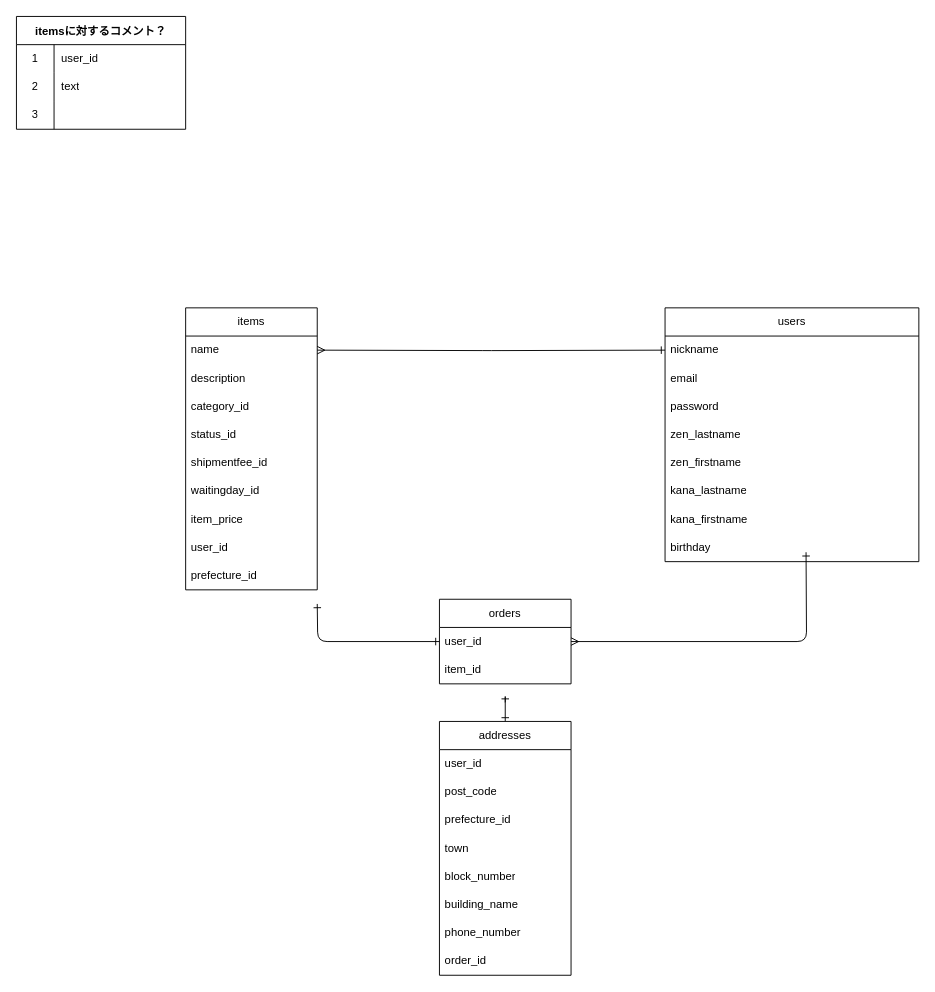
natsumi1651/furima-39606 keeps this draw.io diagram as table.dio. Above is the earlier version. Source tidied: cells renumbered, new cells numbered last; positions are measured from the earlier drawing's top-left corner, leaving out a move shared by most shapes. Both pictures are drawn from the tidied source at 94%, with x=0, y=0 at pixel (16, 16).
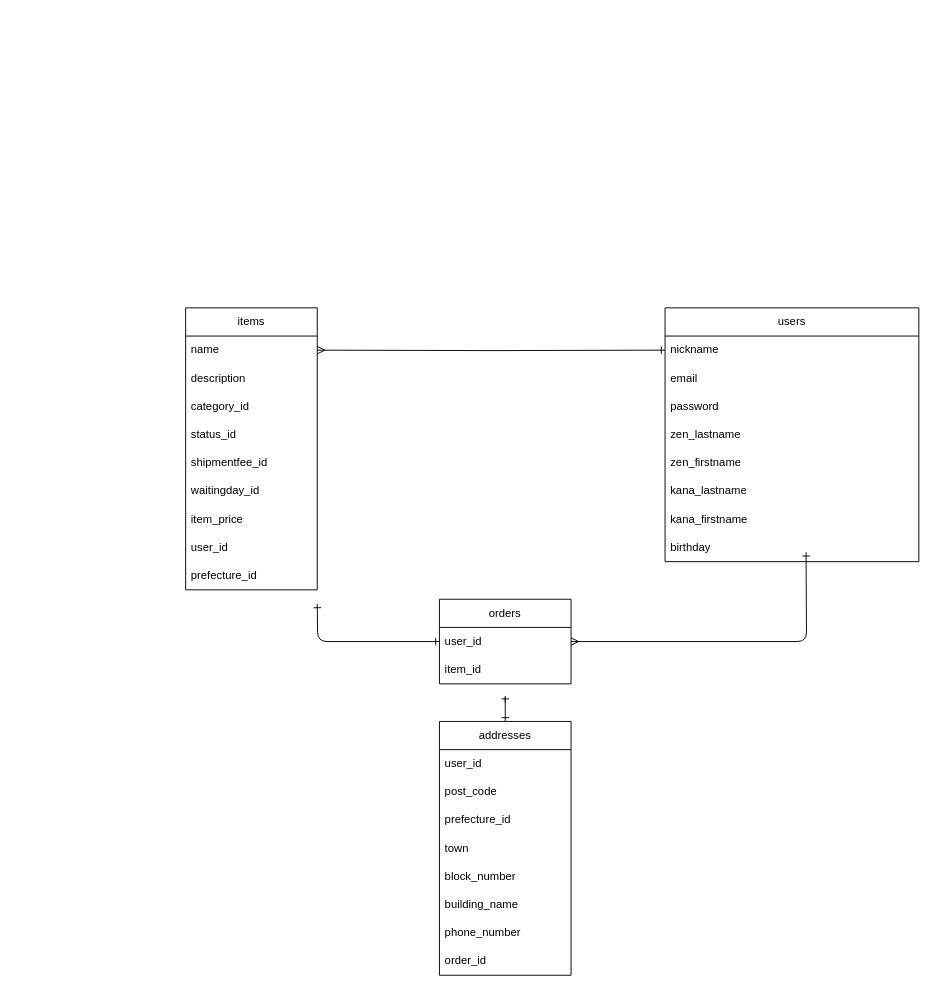
The same diagram, later.

Diff of the diagram source:
```diff
@@
-    <mxCell id="34" value="itemsに対するコメント？" style="shape=table;startSize=30;childLayout=tableLayout;rowLines=0;fontStyle=1;" parent="1" vertex="1">
-      <mxGeometry width="180" height="120" as="geometry" />
-    </mxCell>
-    <mxCell id="35" style="shape=tableRow;horizontal=0;startSize=0;swimlaneHead=0;swimlaneBody=0;top=0;left=0;bottom=0;right=0;fillColor=none;" parent="34" vertex="1">
-      <mxGeometry y="30" width="180" height="30" as="geometry" />
-    </mxCell>
-    <mxCell id="36" value="1" style="shape=partialRectangle;html=1;whiteSpace=wrap;fillColor=none;top=0;left=0;bottom=0;right=0;overflow=hidden;" parent="35" vertex="1">
-      <mxGeometry width="40" height="30" as="geometry" />
-    </mxCell>
-    <mxCell id="37" value="user_id" style="shape=partialRectangle;html=1;whiteSpace=wrap;fillColor=none;top=0;left=0;bottom=0;right=0;align=left;spacingLeft=6;overflow=hidden;" parent="35" vertex="1">
-      <mxGeometry x="40" width="140" height="30" as="geometry" />
-    </mxCell>
-    <mxCell id="38" style="shape=tableRow;horizontal=0;startSize=0;swimlaneHead=0;swimlaneBody=0;top=0;left=0;bottom=0;right=0;fillColor=none;" parent="34" vertex="1">
-      <mxGeometry y="60" width="180" height="30" as="geometry" />
-    </mxCell>
-    <mxCell id="39" value="2" style="shape=partialRectangle;html=1;whiteSpace=wrap;fillColor=none;top=0;left=0;bottom=0;right=0;overflow=hidden;" parent="38" vertex="1">
-      <mxGeometry width="40" height="30" as="geometry" />
-    </mxCell>
-    <mxCell id="40" value="text" style="shape=partialRectangle;html=1;whiteSpace=wrap;fillColor=none;top=0;left=0;bottom=0;right=0;align=left;spacingLeft=6;overflow=hidden;" parent="38" vertex="1">
-      <mxGeometry x="40" width="140" height="30" as="geometry" />
-    </mxCell>
-    <mxCell id="41" style="shape=tableRow;horizontal=0;startSize=0;swimlaneHead=0;swimlaneBody=0;top=0;left=0;bottom=0;right=0;fillColor=none;" parent="34" vertex="1">
-      <mxGeometry y="90" width="180" height="30" as="geometry" />
-    </mxCell>
-    <mxCell id="42" value="3" style="shape=partialRectangle;html=1;whiteSpace=wrap;fillColor=none;top=0;left=0;bottom=0;right=0;overflow=hidden;" parent="41" vertex="1">
-      <mxGeometry width="40" height="30" as="geometry" />
-    </mxCell>
-    <mxCell id="43" style="shape=partialRectangle;html=1;whiteSpace=wrap;fillColor=none;top=0;left=0;bottom=0;right=0;align=left;spacingLeft=6;overflow=hidden;" parent="41" vertex="1">
-      <mxGeometry x="40" width="140" height="30" as="geometry" />
-    </mxCell>
```
